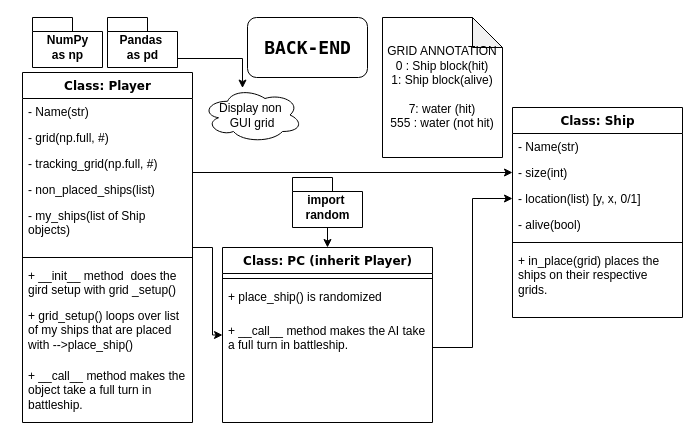
Before: assets/img/posts/post2/workflow.drawio in Peter-AK/Peter-AK.github.io, a draw.io diagram. Source tidied: cells renumbered, new cells numbered last; positions are measured from the earlier drawing's top-left corner, leaving out a move shared by most shapes. Both pictures are drawn from the tidied source at 100%, with x=0, y=0 at pixel (22, 17).
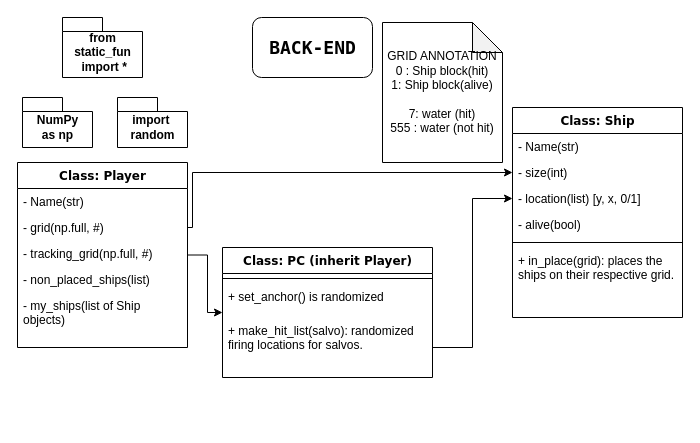
After the change.

The change refers to these unchanged cells:
```xml
<mxCell id="27" value="Class: Ship" style="swimlane;html=1;fontStyle=1;align=center;verticalAlign=top;horizontal=1;startSize=26;swimlaneFillColor=#ffffff;rounded=0;shadow=0;comic=0;labelBackgroundColor=none;strokeWidth=1;fillColor=none;fontFamily=Verdana;fontSize=12;" parent="1" vertex="1">
  <mxGeometry x="490" y="90" width="170" height="210" as="geometry" />
</mxCell>
```

What changed in the source:
```diff
@@
     <mxCell id="2" style="rounded=1;whiteSpace=wrap;html=1;" parent="1" vertex="1">
-      <mxGeometry x="225" width="120" height="60" as="geometry" />
+      <mxGeometry x="230" width="120" height="60" as="geometry" />
     </mxCell>
-    <mxCell id="3" style="edgeStyle=orthogonalEdgeStyle;rounded=0;jettySize=auto;html=1;exitX=0;exitY=0;exitDx=70;exitDy=41;exitPerimeter=0;" parent="1" edge="1" source="4" target="6">
-      <mxGeometry relative="1" as="geometry">
-        <Array as="points">
-          <mxPoint x="220" y="41" />
-        </Array>
-      </mxGeometry>
-    </mxCell>
-    <mxCell id="4" value="Pandas&amp;nbsp;&lt;br&gt;as pd" style="shape=folder;fontStyle=1;spacingTop=10;tabWidth=40;tabHeight=14;tabPosition=left;html=1;" parent="1" vertex="1">
-      <mxGeometry x="85" width="70" height="50" as="geometry" />
-    </mxCell>
     <mxCell id="5" value="NumPy&lt;br&gt;as np" style="shape=folder;fontStyle=1;spacingTop=10;tabWidth=40;tabHeight=14;tabPosition=left;html=1;" parent="1" vertex="1">
-      <mxGeometry x="10" width="70" height="50" as="geometry" />
+      <mxGeometry y="80" width="70" height="50" as="geometry" />
     </mxCell>
-    <mxCell id="6" value="Display non&amp;nbsp;&lt;br&gt;GUI grid" style="ellipse;shape=cloud;whiteSpace=wrap;html=1;" parent="1" vertex="1">
-      <mxGeometry x="180" y="70" width="100" height="55" as="geometry" />
-    </mxCell>
@@
     <mxCell id="8" value="Class: Player" style="swimlane;html=1;fontStyle=1;align=center;verticalAlign=top;horizontal=1;startSize=26;swimlaneFillColor=#ffffff;rounded=0;shadow=0;comic=0;labelBackgroundColor=none;strokeWidth=1;fillColor=none;fontFamily=Verdana;fontSize=12;" parent="1" vertex="1">
-      <mxGeometry y="55" width="170" height="350" as="geometry" />
+      <mxGeometry x="-5" y="145" width="170" height="185" as="geometry" />
     </mxCell>
@@
-    <mxCell id="14" style="line;html=1;strokeWidth=1;fillColor=none;align=left;verticalAlign=middle;spacingTop=-1;spacingLeft=3;spacingRight=3;labelPosition=right;" parent="8" vertex="1">
-      <mxGeometry y="180" width="170" height="10" as="geometry" />
-    </mxCell>
-    <mxCell id="15" value="+ __init__ method&amp;nbsp; does the gird setup with&amp;nbsp;grid _setup()&lt;br&gt;" style="text;html=1;strokeColor=none;fillColor=none;align=left;verticalAlign=top;spacingLeft=4;spacingRight=4;whiteSpace=wrap;overflow=hidden;" parent="8" vertex="1">
-      <mxGeometry y="190" width="170" height="40" as="geometry" />
-    </mxCell>
-    <mxCell id="16" value="+ grid_setup() loops over list of my ships that are placed with --&amp;gt;place_ship()" style="text;html=1;strokeColor=none;fillColor=none;align=left;verticalAlign=top;spacingLeft=4;spacingRight=4;whiteSpace=wrap;overflow=hidden;" parent="8" vertex="1">
-      <mxGeometry y="230" width="170" height="60" as="geometry" />
-    </mxCell>
-    <mxCell id="17" value="+ __call__ method makes the object take a full turn in battleship." style="text;html=1;strokeColor=none;fillColor=none;align=left;verticalAlign=top;spacingLeft=4;spacingRight=4;whiteSpace=wrap;overflow=hidden;" parent="8" vertex="1">
-      <mxGeometry y="290" width="170" height="60" as="geometry" />
-    </mxCell>
     <mxCell id="18" value="Class: PC (inherit Player)" style="swimlane;html=1;fontStyle=1;align=center;verticalAlign=top;horizontal=1;startSize=26;swimlaneFillColor=#ffffff;rounded=0;shadow=0;comic=0;labelBackgroundColor=none;strokeWidth=1;fillColor=none;fontFamily=Verdana;fontSize=12;" parent="1" vertex="1">
-      <mxGeometry x="200" y="230" width="210" height="175" as="geometry" />
+      <mxGeometry x="200" y="230" width="210" height="130" as="geometry" />
     </mxCell>
@@
-    <mxCell id="20" value="+ place_ship() is randomized" style="text;html=1;strokeColor=none;fillColor=none;align=left;verticalAlign=top;spacingLeft=4;spacingRight=4;whiteSpace=wrap;overflow=hidden;" parent="18" vertex="1">
+    <mxCell id="20" value="+ set_anchor() is randomized" style="text;html=1;strokeColor=none;fillColor=none;align=left;verticalAlign=top;spacingLeft=4;spacingRight=4;whiteSpace=wrap;overflow=hidden;" parent="18" vertex="1">
       <mxGeometry y="36" width="210" height="34" as="geometry" />
     </mxCell>
-    <mxCell id="21" value="+ __call__ method makes the AI take a full turn in battleship." style="text;html=1;strokeColor=none;fillColor=none;align=left;verticalAlign=top;spacingLeft=4;spacingRight=4;whiteSpace=wrap;overflow=hidden;points=[[0,0.5],[1,0.5]];portConstraint=eastwest;" parent="18" vertex="1">
+    <mxCell id="21" value="+ make_hit_list(salvo): randomized firing locations for salvos." style="text;html=1;strokeColor=none;fillColor=none;align=left;verticalAlign=top;spacingLeft=4;spacingRight=4;whiteSpace=wrap;overflow=hidden;points=[[0,0.5],[1,0.5]];portConstraint=eastwest;" parent="18" vertex="1">
       <mxGeometry y="70" width="210" height="60" as="geometry" />
     </mxCell>
@@
-    <mxCell id="24" style="edgeStyle=orthogonalEdgeStyle;rounded=0;jettySize=auto;html=1;exitX=0.5;exitY=1;exitDx=0;exitDy=0;exitPerimeter=0;entryX=0.5;entryY=0;entryDx=0;entryDy=0;" parent="1" edge="1" source="25" target="18">
-      <mxGeometry relative="1" as="geometry" />
-    </mxCell>
     <mxCell id="25" value="import&amp;nbsp;&lt;br&gt;random" style="shape=folder;fontStyle=1;spacingTop=10;tabWidth=40;tabHeight=14;tabPosition=left;html=1;" parent="1" vertex="1">
-      <mxGeometry x="270" y="160" width="70" height="50" as="geometry" />
+      <mxGeometry x="95" y="80" width="70" height="50" as="geometry" />
     </mxCell>
     <mxCell id="26" value="GRID ANNOTATION&lt;br&gt;0 : Ship block(hit)&lt;br&gt;1: Ship block(alive)&lt;br&gt;&lt;br&gt;7: water (hit)&lt;br&gt;555 : water (not hit)" style="shape=note;whiteSpace=wrap;html=1;backgroundOutline=1;darkOpacity=0.05;" parent="1" vertex="1">
-      <mxGeometry x="360" width="120" height="140" as="geometry" />
+      <mxGeometry x="360" y="5" width="120" height="140" as="geometry" />
     </mxCell>
@@
-    <mxCell id="33" value="+ in_place(grid) places the ships on their respective grids." style="text;html=1;strokeColor=none;fillColor=none;align=left;verticalAlign=top;spacingLeft=4;spacingRight=4;whiteSpace=wrap;overflow=hidden;" parent="27" vertex="1">
+    <mxCell id="33" value="+ in_place(grid): places the ships on their respective grid." style="text;html=1;strokeColor=none;fillColor=none;align=left;verticalAlign=top;spacingLeft=4;spacingRight=4;whiteSpace=wrap;overflow=hidden;" parent="27" vertex="1">
       <mxGeometry y="140" width="170" height="60" as="geometry" />
     </mxCell>
     <mxCell id="34" value="&lt;b&gt;&lt;font style=&quot;font-size: 18px&quot; face=&quot;Lucida Console&quot;&gt;BACK-END&lt;/font&gt;&lt;/b&gt;" style="text;html=1;align=center;verticalAlign=middle;" parent="1" vertex="1">
-      <mxGeometry x="230" y="20" width="110" height="20" as="geometry" />
+      <mxGeometry x="235" y="20" width="110" height="20" as="geometry" />
     </mxCell>
+    <mxCell id="35" value="from &lt;br&gt;static_fun&lt;br&gt;&amp;nbsp;import *" style="shape=folder;fontStyle=1;spacingTop=10;tabWidth=40;tabHeight=14;tabPosition=left;html=1;" parent="1" vertex="1">
+      <mxGeometry x="40" width="80" height="60" as="geometry" />
+    </mxCell>
```
